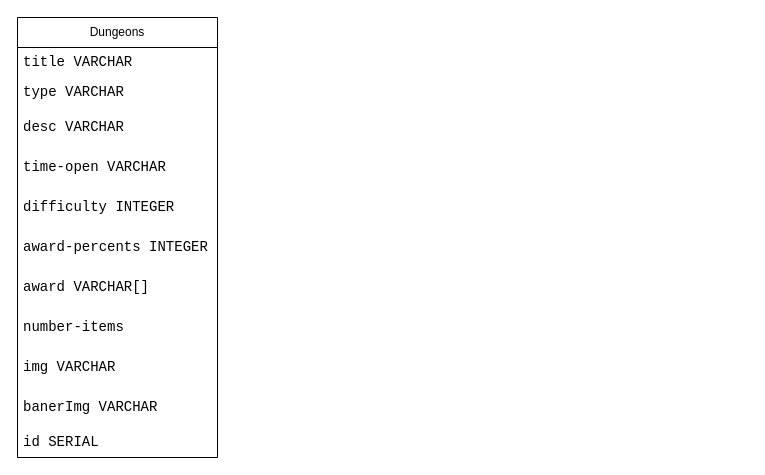
Earlier version of the draw.io diagram Диаграмма без названия.drawio (Meow-Double/Dungeons-Fight-server). Source tidied: cells renumbered, new cells numbered last; positions are measured from the earlier drawing's top-left corner, leaving out a move shared by most shapes. Both pictures are drawn from the tidied source at 100%, with x=0, y=0 at pixel (17, 17).
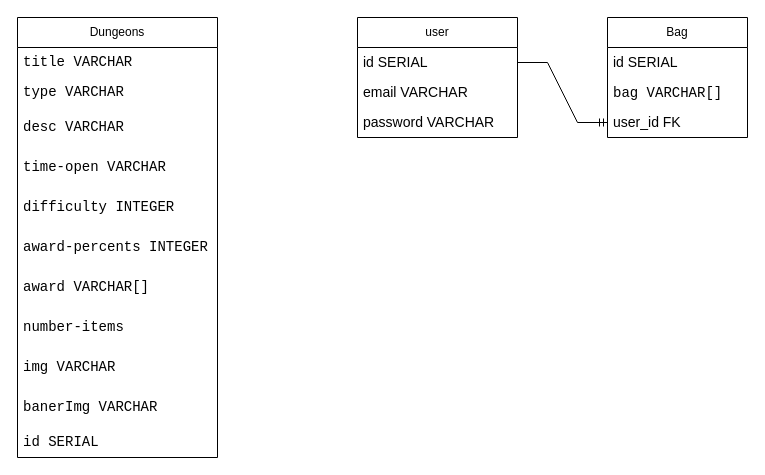
The same page after the edit.

Commit message:
added user & bag

Change to the diagram source:
```diff
@@
+    <mxCell id="14" value="user" style="swimlane;fontStyle=0;horizontal=1;startSize=30;whiteSpace=wrap;html=1;" parent="1" vertex="1">
+      <mxGeometry x="340" width="160" height="120" as="geometry" />
+    </mxCell>
+    <mxCell id="15" value="id SERIAL" style="text;strokeColor=none;fillColor=none;align=left;verticalAlign=middle;spacingLeft=4;spacingRight=4;overflow=hidden;points=[[0,0.5],[1,0.5]];portConstraint=eastwest;whiteSpace=wrap;html=1;fontSize=14;" parent="14" vertex="1">
+      <mxGeometry y="30" width="160" height="30" as="geometry" />
+    </mxCell>
+    <mxCell id="16" value="email VARСHAR" style="text;strokeColor=none;fillColor=none;align=left;verticalAlign=middle;spacingLeft=4;spacingRight=4;overflow=hidden;whiteSpace=wrap;html=1;fontSize=14;" parent="14" vertex="1">
+      <mxGeometry y="60" width="160" height="30" as="geometry" />
+    </mxCell>
+    <mxCell id="17" value="password VARCHAR" style="text;strokeColor=none;fillColor=none;align=left;verticalAlign=middle;spacingLeft=4;spacingRight=4;overflow=hidden;whiteSpace=wrap;html=1;fontSize=14;" parent="14" vertex="1">
+      <mxGeometry y="90" width="160" height="30" as="geometry" />
+    </mxCell>
+    <mxCell id="18" value="Bag" style="swimlane;fontStyle=0;horizontal=1;startSize=30;whiteSpace=wrap;html=1;" parent="1" vertex="1">
+      <mxGeometry x="590" width="140" height="120" as="geometry" />
+    </mxCell>
+    <mxCell id="19" value="id SERIAL" style="text;strokeColor=none;fillColor=none;align=left;verticalAlign=middle;spacingLeft=4;spacingRight=4;overflow=hidden;whiteSpace=wrap;html=1;fontSize=14;" parent="18" vertex="1">
+      <mxGeometry y="30" width="140" height="30" as="geometry" />
+    </mxCell>
+    <mxCell id="20" value="&lt;span style=&quot;font-family: &amp;quot;Fira Code&amp;quot;, Consolas, &amp;quot;Courier New&amp;quot;, monospace, Consolas, &amp;quot;Courier New&amp;quot;, monospace; font-size: 14px; white-space: pre;&quot;&gt;bag VARCHAR[]&lt;/span&gt;" style="text;strokeColor=none;fillColor=none;align=left;verticalAlign=middle;spacingLeft=4;spacingRight=4;overflow=hidden;whiteSpace=wrap;html=1;fontSize=14;" parent="18" vertex="1">
+      <mxGeometry y="60" width="140" height="30" as="geometry" />
+    </mxCell>
+    <mxCell id="21" value="user_id FK" style="text;strokeColor=none;fillColor=none;align=left;verticalAlign=middle;spacingLeft=4;spacingRight=4;overflow=hidden;points=[[0,0.5],[1,0.5]];portConstraint=eastwest;whiteSpace=wrap;html=1;fontSize=14;" parent="18" vertex="1">
+      <mxGeometry y="90" width="140" height="30" as="geometry" />
+    </mxCell>
+    <mxCell id="22" style="edgeStyle=entityRelationEdgeStyle;fontSize=12;html=1;endArrow=ERmandOne;rounded=0;entryX=0;entryY=0.5;entryDx=0;entryDy=0;" parent="1" edge="1" source="15" target="21">
+      <mxGeometry relative="1" as="geometry" />
+    </mxCell>
```
